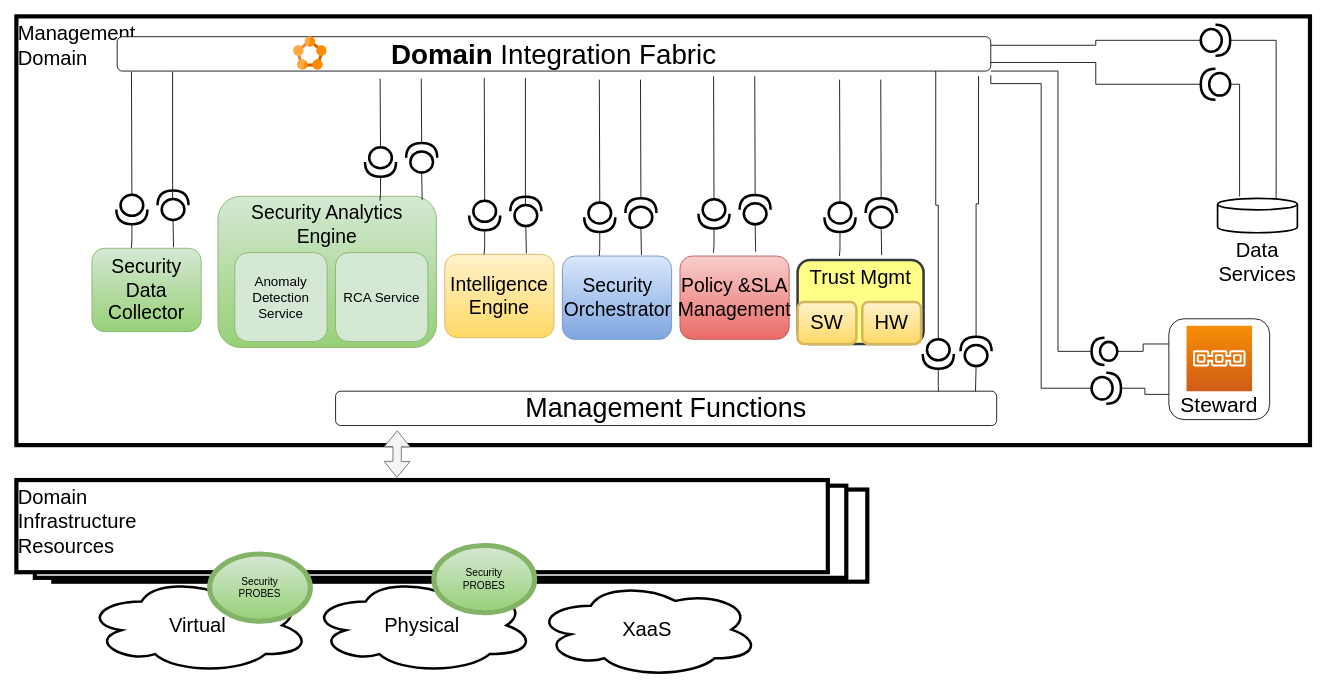
Earlier version of the draw.io diagram page "Domain" (1 of 3) of Architecture_ares2020.drawio (INSPIRE-5Gplus/inspire5gpluswp2architecture). Source tidied: cells renumbered, new cells numbered last; positions are measured from the earlier drawing's top-left corner, leaving out a move shared by most shapes. Both pictures are drawn from the tidied source at 84%, with x=0, y=0 at pixel (16, 16).
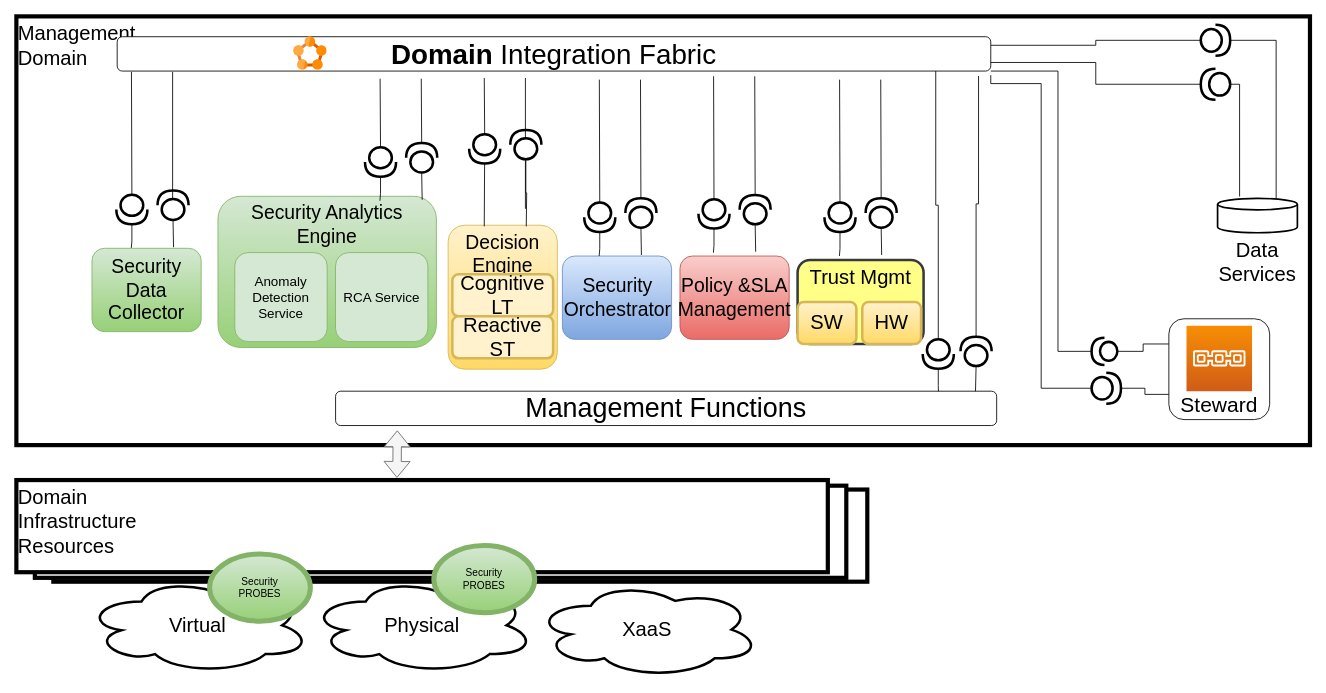
The same page after the edit.

Change to the diagram source:
```diff
@@
-    <mxCell id="32" value="Intelligence&lt;br&gt;&lt;div&gt;&lt;span&gt;Engine&lt;/span&gt;&lt;/div&gt;" style="rounded=1;whiteSpace=wrap;html=1;gradientColor=#ffd966;fillColor=#fff2cc;strokeColor=#d6b656;labelPosition=center;verticalLabelPosition=middle;align=center;verticalAlign=middle;fontSize=23;" parent="1" vertex="1">
-      <mxGeometry x="510" y="283.3" width="130" height="99.2" as="geometry" />
+    <mxCell id="32" value="Decision&lt;br&gt;&lt;div&gt;&lt;span&gt;Engine&lt;/span&gt;&lt;/div&gt;" style="rounded=1;whiteSpace=wrap;html=1;gradientColor=#ffd966;fillColor=#fff2cc;strokeColor=#d6b656;labelPosition=center;verticalLabelPosition=middle;align=center;verticalAlign=top;fontSize=23;" parent="1" vertex="1">
+      <mxGeometry x="514" y="248.6" width="130" height="171.4" as="geometry" />
     </mxCell>
@@
     <mxCell id="41" style="shape=providedRequiredInterface;html=1;verticalLabelPosition=bottom;strokeWidth=3;fillColor=#ffffff;fontSize=24;rotation=-90;" parent="1" vertex="1">
-      <mxGeometry x="589" y="213.6" width="35" height="37" as="geometry" />
+      <mxGeometry x="589" y="134.2" width="35" height="37" as="geometry" />
     </mxCell>
     <mxCell id="42" style="shape=providedRequiredInterface;html=1;verticalLabelPosition=bottom;strokeWidth=3;fillColor=#ffffff;fontSize=24;rotation=90;" parent="1" vertex="1">
-      <mxGeometry x="540" y="218.6" width="35" height="37" as="geometry" />
+      <mxGeometry x="540" y="139.2" width="35" height="37" as="geometry" />
     </mxCell>
-    <mxCell id="43" style="edgeStyle=orthogonalEdgeStyle;rounded=0;jettySize=auto;html=1;entryX=0.771;entryY=0.046;entryDx=0;entryDy=0;endArrow=none;endFill=0;fontSize=24;entryPerimeter=0;" parent="1" edge="1" source="42">
+    <mxCell id="43" style="edgeStyle=orthogonalEdgeStyle;rounded=0;jettySize=auto;html=1;endArrow=none;endFill=0;fontSize=24;" parent="1" edge="1" source="42">
       <mxGeometry relative="1" as="geometry">
-        <mxPoint x="556.8" y="283.3" as="targetPoint" />
+        <mxPoint x="557" y="250" as="targetPoint" />
       </mxGeometry>
     </mxCell>
-    <mxCell id="44" style="edgeStyle=orthogonalEdgeStyle;rounded=0;jettySize=auto;html=1;exitX=0;exitY=0.5;exitDx=0;exitDy=0;exitPerimeter=0;entryX=0.835;entryY=0.017;entryDx=0;entryDy=0;entryPerimeter=0;endArrow=none;endFill=0;fontSize=24;" parent="1" edge="1" source="41">
+    <mxCell id="44" style="edgeStyle=orthogonalEdgeStyle;rounded=0;jettySize=auto;html=1;exitX=0;exitY=0.5;exitDx=0;exitDy=0;exitPerimeter=0;endArrow=none;endFill=0;fontSize=24;" parent="1" edge="1" source="41">
       <mxGeometry relative="1" as="geometry">
-        <mxPoint x="607.1" y="282.1" as="targetPoint" />
+        <mxPoint x="607" y="250" as="targetPoint" />
       </mxGeometry>
     </mxCell>
@@
+    <mxCell id="92" value="Cognitive&lt;br&gt;LT" style="rounded=1;whiteSpace=wrap;html=1;strokeWidth=3;fillColor=#fff2cc;fontSize=24;strokeColor=#d6b656;verticalAlign=middle;" parent="1" vertex="1">
+      <mxGeometry x="519" y="307.1" width="120" height="50" as="geometry" />
+    </mxCell>
+    <mxCell id="93" value="Reactive&lt;br&gt;ST" style="rounded=1;whiteSpace=wrap;html=1;strokeWidth=3;fillColor=#fff2cc;fontSize=24;strokeColor=#d6b656;verticalAlign=middle;" parent="1" vertex="1">
+      <mxGeometry x="519" y="357.1" width="120" height="50" as="geometry" />
+    </mxCell>
```
